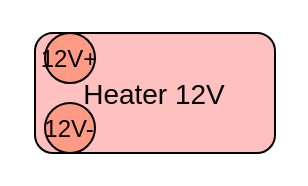
Earlier version of the draw.io diagram Drawio_Modules/Actuators/Heatingkable.drawio (LostScriptures/Terralogia). Source tidied: cells renumbered, new cells numbered last; positions are measured from the earlier drawing's top-left corner, leaving out a move shared by most shapes. Both pictures are drawn from the tidied source at 200%, with x=0, y=0 at pixel (34, 32).
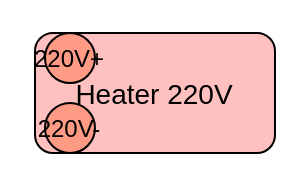
After the change.

Diff of the diagram source:
```diff
@@
 <mxGraphModel>
   <root>
     <mxCell id="0" />
     <mxCell id="1" parent="0" />
-    <mxCell id="2" value="Heater 12V" style="shape=rectangle;rounded=1;fillColor=#FFC0C0;strokeColor=#000000;fontSize=14;fontColor=#000000;" parent="1" vertex="1">
+    <mxCell id="2" value="Heater 220V" style="shape=rectangle;rounded=1;fillColor=#FFC0C0;strokeColor=#000000;fontSize=14;fontColor=#000000;" parent="1" vertex="1">
       <mxGeometry width="120" height="60" as="geometry" />
     </mxCell>
-    <mxCell id="3" value="12V+" style="shape=ellipse;fillColor=#FF9B85;" parent="2" vertex="1">
+    <mxCell id="3" value="220V+" style="shape=ellipse;fillColor=#FF9B85;" parent="2" vertex="1">
       <mxGeometry x="5" width="25" height="25" as="geometry" />
     </mxCell>
-    <mxCell id="4" value="12V-" style="shape=ellipse;fillColor=#FF9B85;" parent="2" vertex="1">
+    <mxCell id="4" value="220V-" style="shape=ellipse;fillColor=#FF9B85;" parent="2" vertex="1">
       <mxGeometry x="5" y="35" width="25" height="25" as="geometry" />
     </mxCell>
   </root>
 </mxGraphModel>
```
